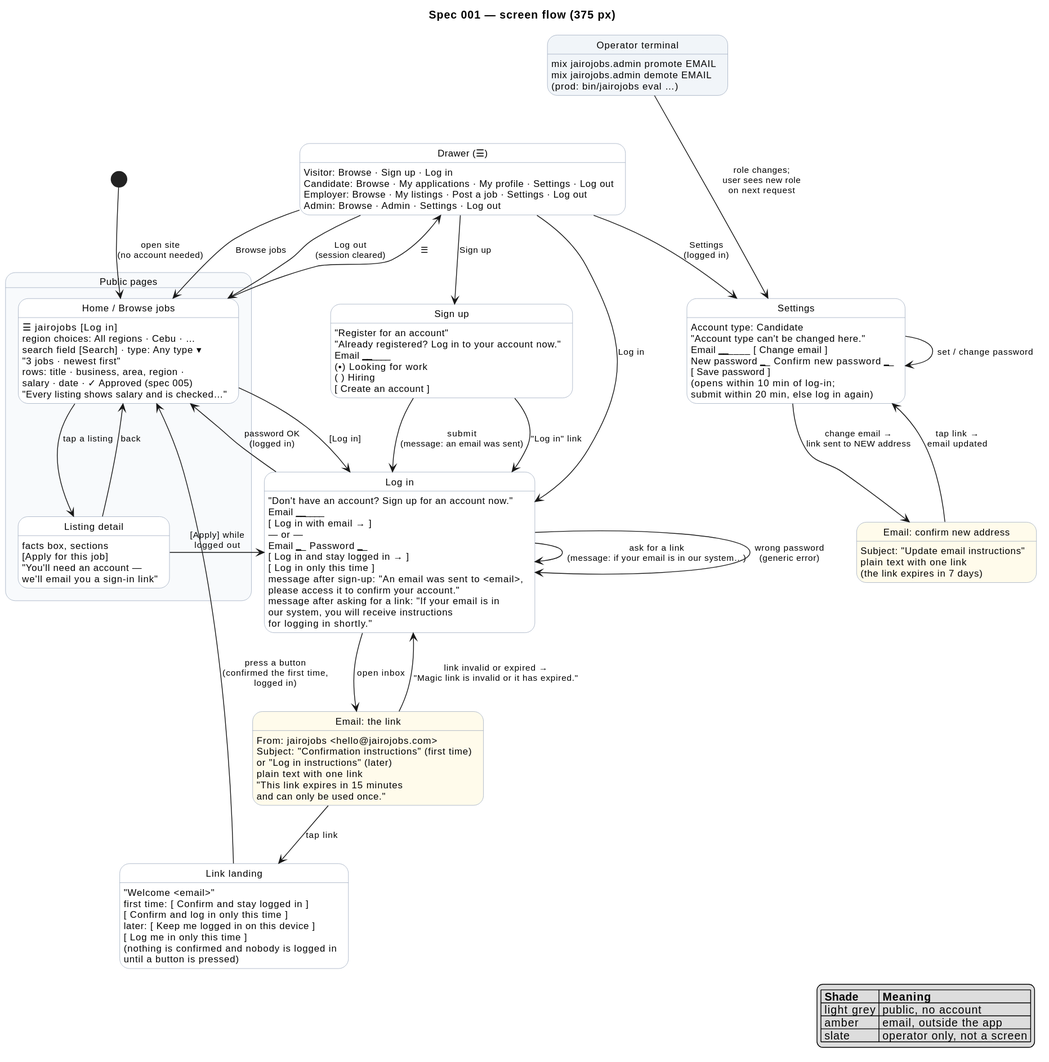
Before: docs/specs/001-accounts-authentication/diagrams/screenflow-auth.svg, a diagram exported from PlantUML (raseniero/jairojobs-elixir).
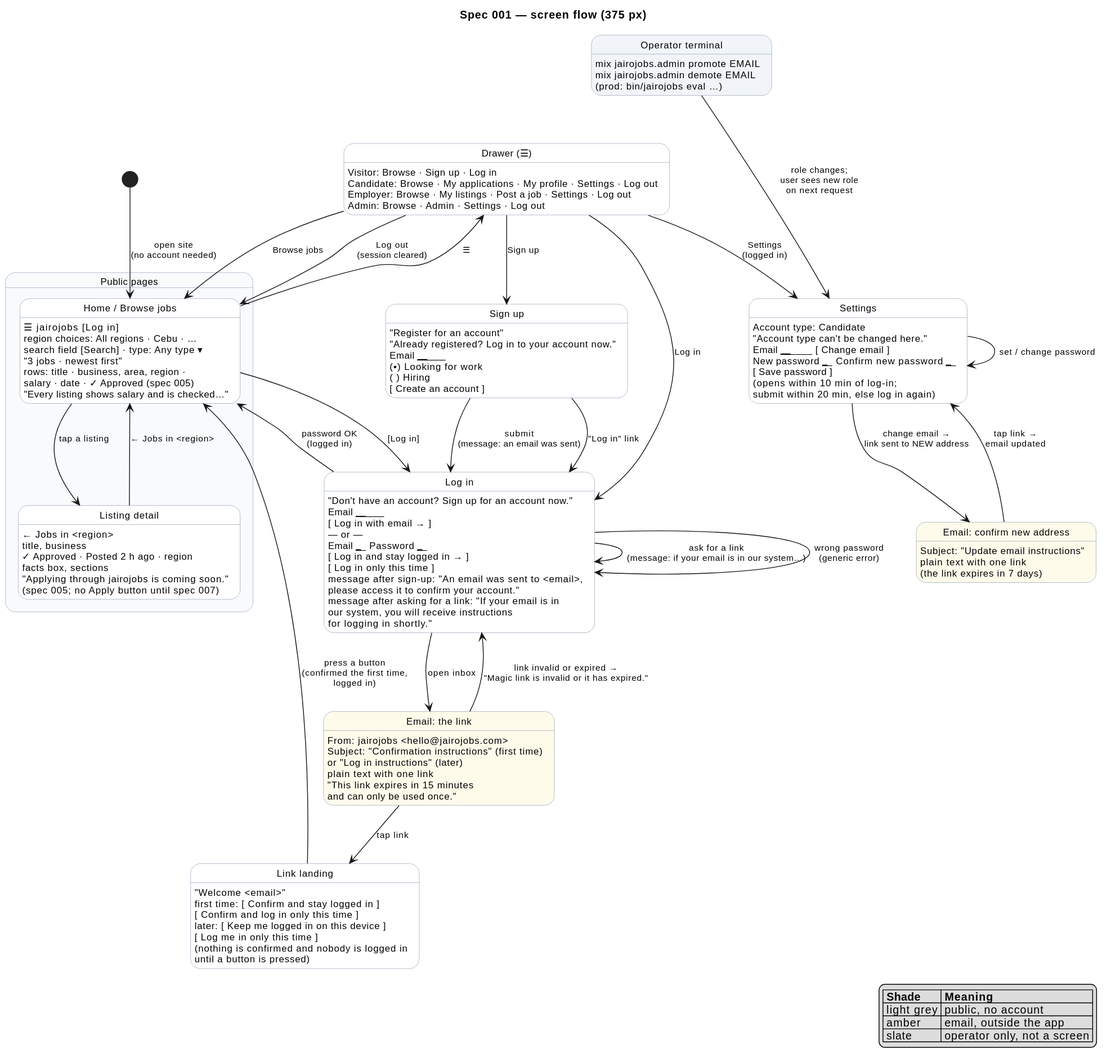
After the commit.

Diff of the diagram source:
```diff
@@ -23,11 +23,14 @@
   Home : salary · date · ✓ Approved (spec 005)
   Home : "Every listing shows salary and is checked…"
   state "Listing detail" as Detail
+  Detail : ← Jobs in <region>
+  Detail : title, business
+  Detail : ✓ Approved · Posted 2 h ago · region
   Detail : facts box, sections
-  Detail : [Apply for this job]
-  Detail : "You'll need an account —\nwe'll email you a sign-in link"
+  Detail : "Applying through jairojobs is coming soon."
+  Detail : (spec 005; no Apply button until spec 007)
   Home --> Detail : tap a listing
-  Detail --> Home : back
+  Detail --> Home : ← Jobs in <region>
 }
 
 state "Drawer (☰)" as Drawer
@@ -93,7 +96,6 @@
 Drawer --> Signup : Sign up
 Drawer --> Login : Log in
 Home --> Login : [Log in]
-Detail --> Login : [Apply] while\nlogged out
 Signup --> Login : submit\n(message: an email was sent)
 Signup --> Login : "Log in" link
 Login --> Login : ask for a link\n(message: if your email is in our system…)
```
